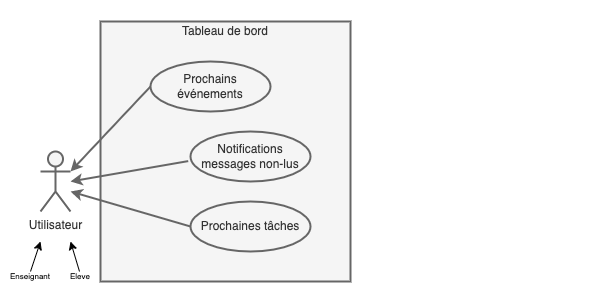
Above: home-usage.drawio.png in TanguyLunais-Robin/TestTest2020 (draw.io), before the change. Source tidied: cells renumbered, new cells last; positions are measured from the earlier drawing's top-left corner, leaving out a move shared by most shapes.
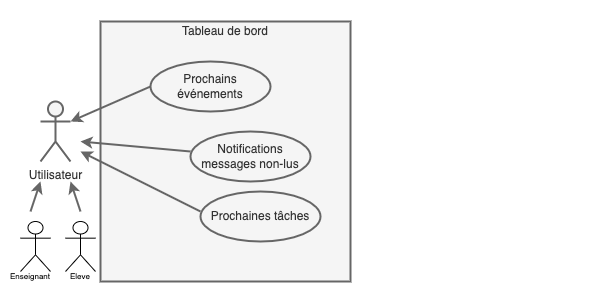
The same diagram one commit later.

What changed in the source:
```diff
@@ -8,21 +8,11 @@
     <mxCell id="3" style="rounded=0;whiteSpace=wrap;html=1;strokeWidth=2;fillColor=#f5f5f5;strokeColor=#666666;fontColor=#333333;" parent="1" vertex="1">
       <mxGeometry x="100" y="20" width="250" height="260" as="geometry" />
     </mxCell>
-    <mxCell id="4" style="rounded=0;jettySize=auto;html=1;strokeWidth=2;fillColor=#f5f5f5;strokeColor=#666666;exitX=-0.019;exitY=0.592;exitDx=0;exitDy=0;exitPerimeter=0;" parent="1" edge="1" source="10">
-      <mxGeometry relative="1" as="geometry">
-        <mxPoint x="70" y="180" as="targetPoint" />
-      </mxGeometry>
-    </mxCell>
     <mxCell id="5" style="rounded=0;jettySize=auto;html=1;strokeWidth=2;fillColor=#f5f5f5;strokeColor=#666666;exitX=0;exitY=0.5;exitDx=0;exitDy=0;entryX=1;entryY=0.3333333333333333;entryDx=0;entryDy=0;entryPerimeter=0;labelBackgroundColor=#666666;fontColor=#F0F0F0;" parent="1" edge="1" source="9" target="7">
       <mxGeometry relative="1" as="geometry" />
     </mxCell>
-    <mxCell id="6" style="rounded=0;jettySize=auto;html=1;strokeWidth=2;fillColor=#f5f5f5;strokeColor=#666666;exitX=0;exitY=0.5;exitDx=0;exitDy=0;" parent="1" edge="1" source="11">
-      <mxGeometry relative="1" as="geometry">
-        <mxPoint x="70" y="190" as="targetPoint" />
-      </mxGeometry>
-    </mxCell>
     <mxCell id="7" value="Utilisateur" style="shape=umlActor;verticalLabelPosition=bottom;verticalAlign=top;html=1;outlineConnect=0;strokeWidth=2;fillColor=#f5f5f5;strokeColor=#666666;fontColor=#333333;" parent="1" vertex="1">
-      <mxGeometry x="40" y="150" width="30" height="60" as="geometry" />
+      <mxGeometry x="40" y="100" width="30" height="60" as="geometry" />
     </mxCell>
     <mxCell id="8" value="Tableau de bord" style="text;html=1;align=center;verticalAlign=middle;whiteSpace=wrap;rounded=0;strokeWidth=2;fontColor=#333333;" parent="1" vertex="1">
       <mxGeometry x="160" y="20" width="130" height="20" as="geometry" />
@@ -34,25 +24,43 @@
       <mxGeometry x="190" y="130" width="120" height="50" as="geometry" />
     </mxCell>
     <mxCell id="11" value="Prochaines tâches" style="ellipse;whiteSpace=wrap;html=1;strokeWidth=2;fillColor=#f5f5f5;strokeColor=#666666;fontColor=#333333;" parent="1" vertex="1">
-      <mxGeometry x="190" y="200" width="120" height="50" as="geometry" />
+      <mxGeometry x="200" y="190" width="120" height="50" as="geometry" />
     </mxCell>
-    <mxCell id="12" style="endArrow=classic;html=1;rounded=0;fontSize=8;" parent="1" edge="1">
-      <mxGeometry relative="1" as="geometry">
-        <mxPoint x="30" y="270" as="sourcePoint" />
-        <mxPoint x="40" y="240" as="targetPoint" />
-      </mxGeometry>
-    </mxCell>
-    <mxCell id="13" style="endArrow=classic;html=1;rounded=0;fontSize=8;" parent="1" edge="1">
-      <mxGeometry relative="1" as="geometry">
-        <mxPoint x="79" y="270" as="sourcePoint" />
-        <mxPoint x="70" y="240" as="targetPoint" />
-      </mxGeometry>
-    </mxCell>
     <mxCell id="14" value="Enseignant" style="text;html=1;strokeColor=none;fillColor=none;align=center;verticalAlign=middle;whiteSpace=wrap;rounded=0;fontSize=8;" parent="1" vertex="1">
       <mxGeometry y="260" width="60" height="30" as="geometry" />
     </mxCell>
     <mxCell id="15" value="Eleve" style="text;html=1;strokeColor=none;fillColor=none;align=center;verticalAlign=middle;whiteSpace=wrap;rounded=0;fontSize=8;" parent="1" vertex="1">
       <mxGeometry x="50" y="260" width="60" height="30" as="geometry" />
     </mxCell>
+    <mxCell id="16" style="rounded=0;orthogonalLoop=1;jettySize=auto;html=1;strokeWidth=2;fillColor=#f5f5f5;strokeColor=#666666;exitX=0;exitY=0.5;exitDx=0;exitDy=0;labelBackgroundColor=#666666;fontColor=#F0F0F0;" parent="1" edge="1">
+      <mxGeometry relative="1" as="geometry">
+        <mxPoint x="190" y="150" as="sourcePoint" />
+        <mxPoint x="80" y="140" as="targetPoint" />
+      </mxGeometry>
+    </mxCell>
+    <mxCell id="17" style="rounded=0;orthogonalLoop=1;jettySize=auto;html=1;strokeWidth=2;fillColor=#f5f5f5;strokeColor=#666666;exitX=0;exitY=0.5;exitDx=0;exitDy=0;labelBackgroundColor=#666666;fontColor=#F0F0F0;" parent="1" edge="1">
+      <mxGeometry relative="1" as="geometry">
+        <mxPoint x="200" y="210" as="sourcePoint" />
+        <mxPoint x="80" y="150" as="targetPoint" />
+      </mxGeometry>
+    </mxCell>
+    <mxCell id="18" style="shape=umlActor;verticalLabelPosition=bottom;verticalAlign=top;html=1;" parent="1" vertex="1">
+      <mxGeometry x="20" y="220" width="30" height="50" as="geometry" />
+    </mxCell>
+    <mxCell id="19" style="shape=umlActor;verticalLabelPosition=bottom;verticalAlign=top;html=1;" parent="1" vertex="1">
+      <mxGeometry x="65" y="220" width="30" height="50" as="geometry" />
+    </mxCell>
+    <mxCell id="20" style="rounded=0;orthogonalLoop=1;jettySize=auto;html=1;strokeWidth=2;fillColor=#f5f5f5;strokeColor=#666666;exitX=0;exitY=0.5;exitDx=0;exitDy=0;labelBackgroundColor=#666666;fontColor=#F0F0F0;" parent="1" edge="1">
+      <mxGeometry relative="1" as="geometry">
+        <mxPoint x="30" y="210" as="sourcePoint" />
+        <mxPoint x="40" y="180" as="targetPoint" />
+      </mxGeometry>
+    </mxCell>
+    <mxCell id="21" style="rounded=0;orthogonalLoop=1;jettySize=auto;html=1;strokeWidth=2;fillColor=#f5f5f5;strokeColor=#666666;exitX=0;exitY=0.5;exitDx=0;exitDy=0;labelBackgroundColor=#666666;fontColor=#F0F0F0;" parent="1" edge="1">
+      <mxGeometry relative="1" as="geometry">
+        <mxPoint x="80" y="210" as="sourcePoint" />
+        <mxPoint x="70" y="180" as="targetPoint" />
+      </mxGeometry>
+    </mxCell>
   </root>
 </mxGraphModel>
```
